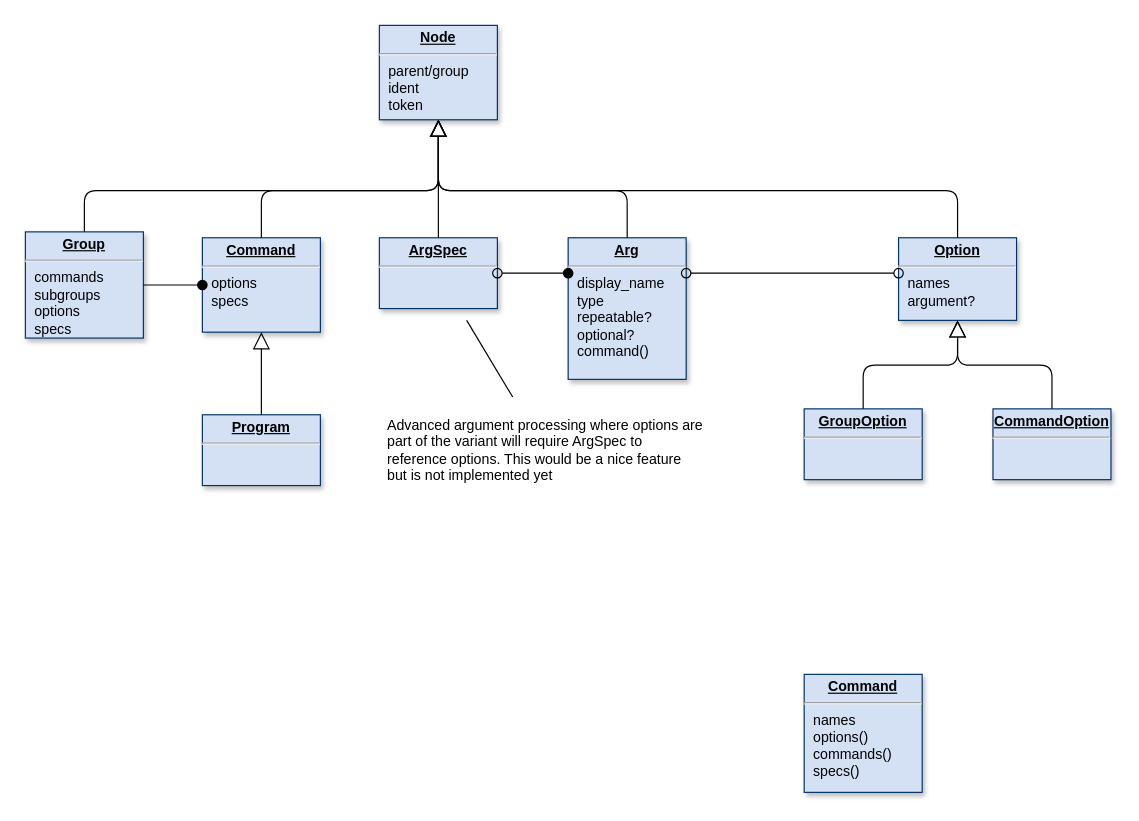
Before: page "Grammar" (2 of 6) of doc/diagram.drawio in clrgit/shellopts, a draw.io diagram. Source tidied: cells renumbered, new cells numbered last; positions are measured from the earlier drawing's top-left corner, leaving out a move shared by most shapes. Both pictures are drawn from the tidied source at 118%, with x=0, y=0 at pixel (25, 25).
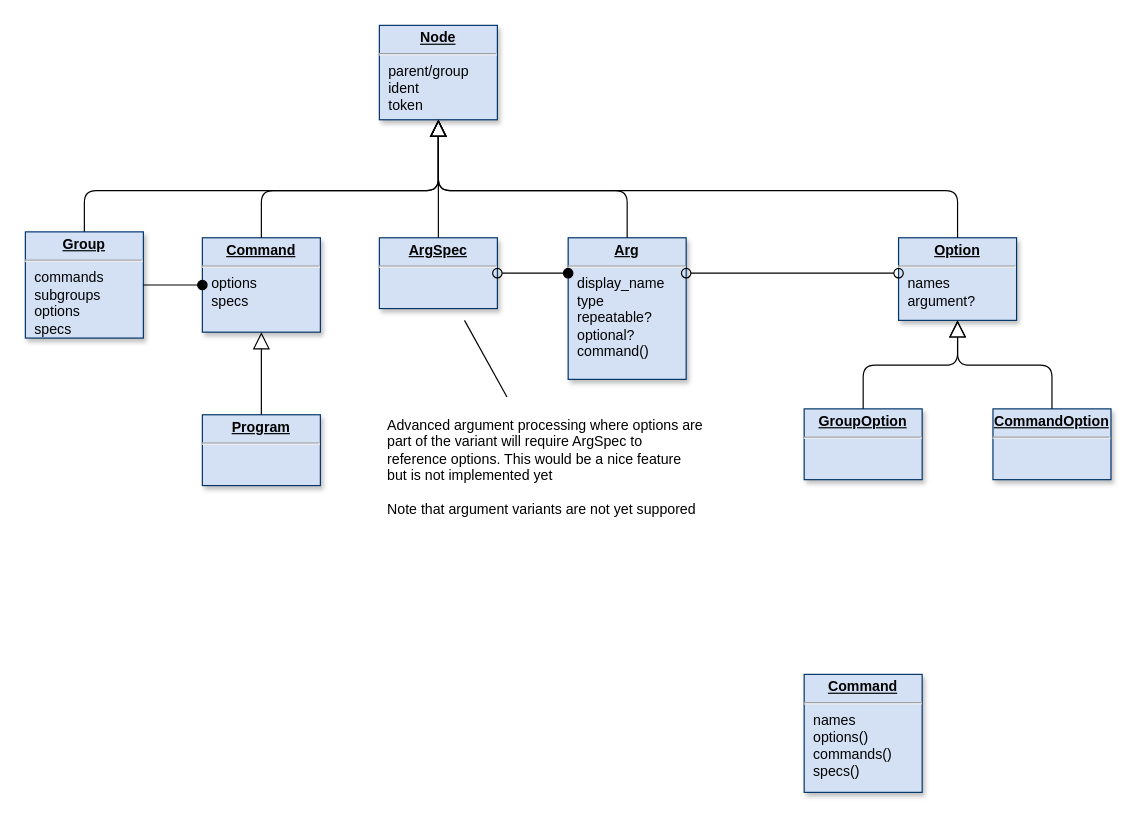
The same page after the edit.

Diff of the diagram source:
```diff
@@
-    <mxCell id="15" value="Advanced argument processing where options are part of the variant will require ArgSpec to reference options. This would be a nice feature but is not implemented yet" style="text;html=1;strokeColor=none;fillColor=none;align=left;verticalAlign=top;whiteSpace=wrap;rounded=0;labelPosition=center;verticalLabelPosition=middle;" parent="1" vertex="1">
-      <mxGeometry x="305" y="325" width="270" height="70" as="geometry" />
+    <mxCell id="15" value="Advanced argument processing where options are part of the variant will require ArgSpec to reference options. This would be a nice feature but is not implemented yet&lt;br&gt;&lt;br&gt;Note that argument variants are not yet suppored" style="text;html=1;strokeColor=none;fillColor=none;align=left;verticalAlign=top;whiteSpace=wrap;rounded=0;labelPosition=center;verticalLabelPosition=middle;" parent="1" vertex="1">
+      <mxGeometry x="305" y="325" width="270" height="95" as="geometry" />
     </mxCell>
```
